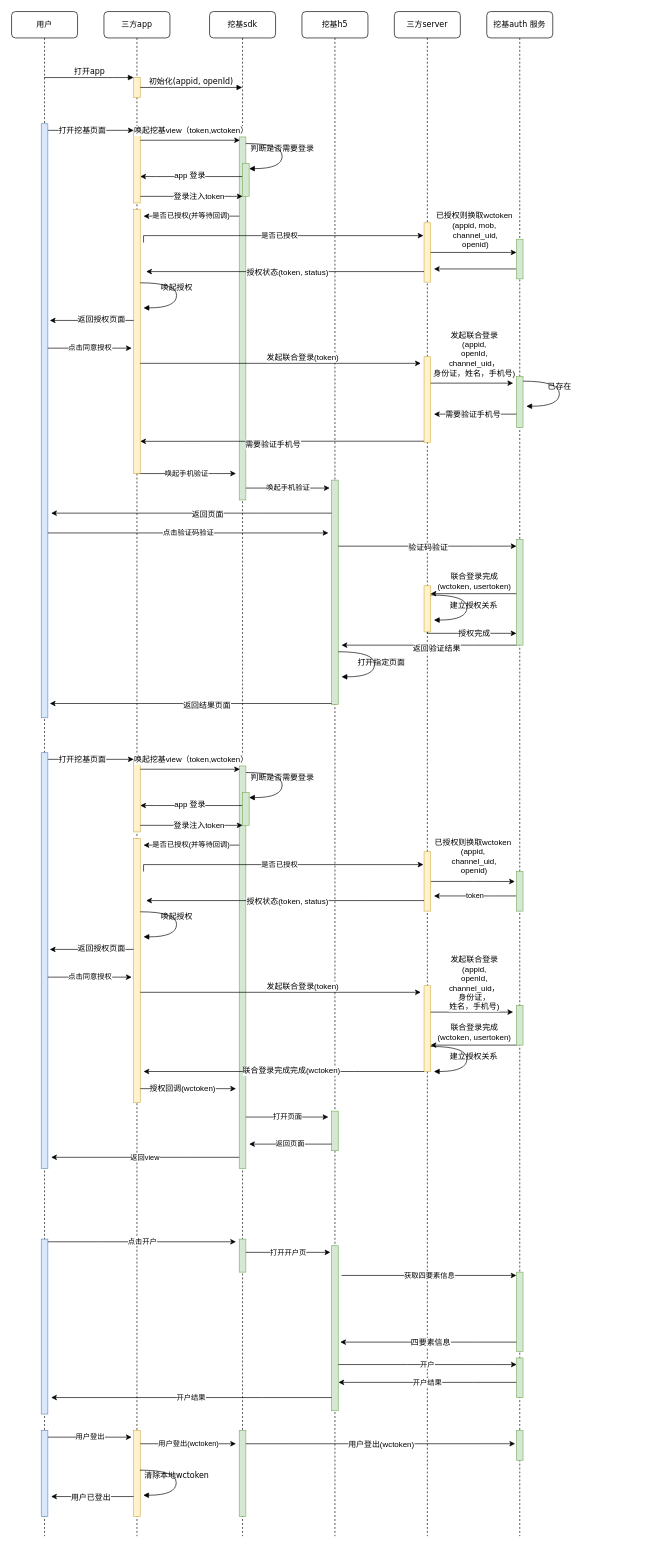
This is 授权接入-new.drawio from ytyszxf/angular2-webpack-starter, a draw.io file, before an edit. Source tidied: cells renumbered, new cells numbered last; positions are measured from the earlier drawing's top-left corner, leaving out a move shared by most shapes. Both pictures are drawn from the tidied source at 66%, with x=0, y=0 at pixel (11, 11).
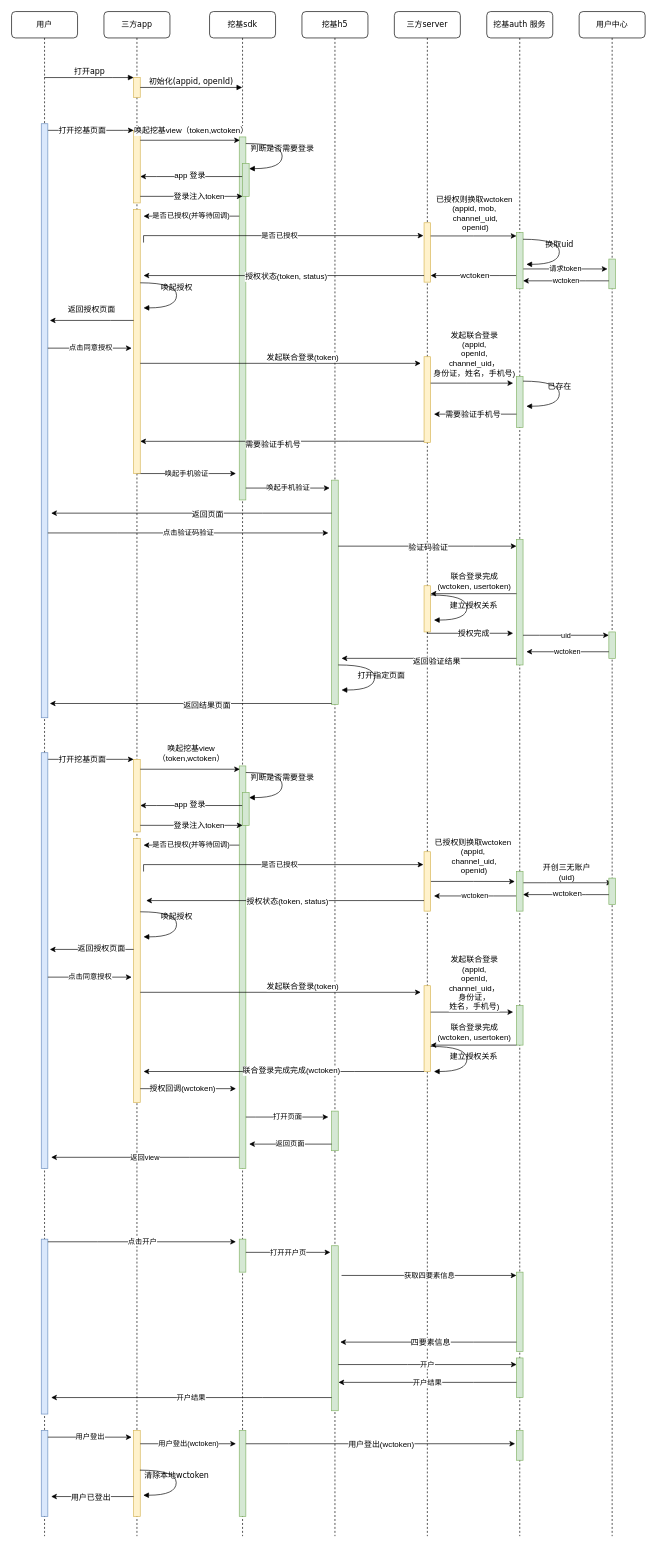
The same page after the edit.

Unchanged cells that the change refers to:
```xml
<mxCell id="17" style="html=1;points=[];perimeter=orthogonalPerimeter;rounded=0;shadow=0;comic=0;labelBackgroundColor=none;strokeColor=#d6b656;strokeWidth=1;fillColor=#fff2cc;fontFamily=Verdana;fontSize=12;align=center;" parent="15" vertex="1">
  <mxGeometry x="45" y="320" width="10" height="90" as="geometry" />
</mxCell>
<mxCell id="18" style="html=1;points=[];perimeter=orthogonalPerimeter;rounded=0;shadow=0;comic=0;labelBackgroundColor=none;strokeColor=#d6b656;strokeWidth=1;fillColor=#fff2cc;fontFamily=Verdana;fontSize=12;align=center;" parent="15" vertex="1">
  <mxGeometry x="45" y="870" width="10" height="70" as="geometry" />
</mxCell>
<mxCell id="19" value="挖基auth 服务" style="shape=umlLifeline;perimeter=lifelinePerimeter;whiteSpace=wrap;html=1;rounded=1;shadow=0;comic=0;labelBackgroundColor=none;strokeColor=#000000;strokeWidth=1;fillColor=#FFFFFF;fontFamily=Verdana;fontSize=12;fontColor=#000000;align=center;" parent="1" vertex="1">
  <mxGeometry x="720" width="100" height="2310" as="geometry" />
</mxCell>
<mxCell id="41" style="edgeStyle=orthogonalEdgeStyle;rounded=0;orthogonalLoop=1;jettySize=auto;html=1;" parent="1" edge="1">
  <mxGeometry relative="1" as="geometry">
    <mxPoint x="185" y="468" as="sourcePoint" />
    <mxPoint x="58" y="468" as="targetPoint" />
    <Array as="points">
      <mxPoint x="150" y="468" />
      <mxPoint x="150" y="468" />
    </Array>
  </mxGeometry>
</mxCell>
<mxCell id="104" style="edgeStyle=orthogonalEdgeStyle;rounded=0;jettySize=auto;html=1;" parent="1" edge="1" source="93">
  <mxGeometry relative="1" as="geometry">
    <mxPoint x="346" y="1148" as="targetPoint" />
    <Array as="points">
      <mxPoint x="346" y="1148" />
    </Array>
  </mxGeometry>
</mxCell>
<mxCell id="113" style="html=1;points=[];perimeter=orthogonalPerimeter;rounded=0;shadow=0;comic=0;labelBackgroundColor=none;strokeColor=#82b366;strokeWidth=1;fillColor=#d5e8d4;fontFamily=Verdana;fontSize=12;align=center;" parent="1" vertex="1">
  <mxGeometry x="765" y="1303" width="10" height="60" as="geometry" />
</mxCell>
```

What changed in the source:
```diff
@@
     <mxCell id="24" style="html=1;points=[];perimeter=orthogonalPerimeter;rounded=0;shadow=0;comic=0;labelBackgroundColor=none;strokeColor=#82b366;strokeWidth=1;fillColor=#d5e8d4;fontFamily=Verdana;fontSize=12;align=center;" parent="19" vertex="1">
-      <mxGeometry x="45" y="800" width="10" height="160" as="geometry" />
+      <mxGeometry x="45" y="800" width="10" height="190" as="geometry" />
     </mxCell>
@@
     <mxCell id="42" value="返回授权页面" style="text;html=1;align=center;verticalAlign=middle;labelBackgroundColor=#ffffff;" parent="41" vertex="1">
-      <mxGeometry x="-0.21" y="-2" relative="1" as="geometry" />
+      <mxGeometry x="-0.21" y="-2" relative="1" as="geometry">
+        <mxPoint x="-15" y="-16" as="offset" />
+      </mxGeometry>
     </mxCell>
     <mxCell id="43" value="点击同意授权" style="edgeStyle=orthogonalEdgeStyle;rounded=0;orthogonalLoop=1;jettySize=auto;html=1;" parent="1" edge="1">
-      <mxGeometry relative="1" as="geometry">
+      <mxGeometry x="0.02" relative="1" as="geometry">
         <mxPoint x="55" y="510" as="sourcePoint" />
         <mxPoint x="182" y="510" as="targetPoint" />
         <Array as="points">
           <mxPoint x="90" y="510" />
           <mxPoint x="90" y="510" />
         </Array>
       </mxGeometry>
     </mxCell>
@@
-    <mxCell id="67" style="edgeStyle=orthogonalEdgeStyle;rounded=0;jettySize=auto;html=1;entryX=1.4;entryY=0.723;entryDx=0;entryDy=0;entryPerimeter=0;" parent="1" edge="1" source="17">
+    <mxCell id="67" style="edgeStyle=orthogonalEdgeStyle;rounded=0;jettySize=auto;html=1;" parent="1" edge="1" source="17">
       <mxGeometry relative="1" as="geometry">
-        <mxPoint x="204" y="394" as="targetPoint" />
+        <mxPoint x="200" y="400" as="targetPoint" />
         <Array as="points">
-          <mxPoint x="540" y="394" />
-          <mxPoint x="540" y="394" />
+          <mxPoint x="204" y="400" />
         </Array>
       </mxGeometry>
     </mxCell>
@@
-    <mxCell id="82" style="edgeStyle=orthogonalEdgeStyle;rounded=0;jettySize=auto;html=1;" parent="1" edge="1" source="83">
+    <mxCell id="82" style="edgeStyle=orthogonalEdgeStyle;rounded=0;jettySize=auto;html=1;entryX=1;entryY=0.889;entryDx=0;entryDy=0;entryPerimeter=0;" parent="1" edge="1" source="83" target="17">
       <mxGeometry relative="1" as="geometry">
-        <mxPoint x="640" y="390" as="targetPoint" />
         <Array as="points">
-          <mxPoint x="640" y="390" />
+          <mxPoint x="740" y="400" />
+          <mxPoint x="740" y="400" />
         </Array>
       </mxGeometry>
     </mxCell>
+    <mxCell id="136" value="wctoken" style="text;html=1;align=center;verticalAlign=middle;labelBackgroundColor=#ffffff;" parent="82" vertex="1">
+      <mxGeometry x="-0.03" y="-1" relative="1" as="geometry" />
+    </mxCell>
+    <mxCell id="137" value="请求token" style="edgeStyle=orthogonalEdgeStyle;rounded=0;jettySize=auto;html=1;" parent="1" edge="1" source="83">
+      <mxGeometry relative="1" as="geometry">
+        <mxPoint x="903" y="390" as="targetPoint" />
+        <Array as="points">
+          <mxPoint x="810" y="390" />
+          <mxPoint x="810" y="390" />
+        </Array>
+      </mxGeometry>
+    </mxCell>
     <mxCell id="83" style="html=1;points=[];perimeter=orthogonalPerimeter;rounded=0;shadow=0;comic=0;labelBackgroundColor=none;strokeColor=#82b366;strokeWidth=1;fillColor=#d5e8d4;fontFamily=Verdana;fontSize=12;align=center;" parent="1" vertex="1">
-      <mxGeometry x="765" y="345" width="10" height="60" as="geometry" />
+      <mxGeometry x="765" y="335" width="10" height="85" as="geometry" />
     </mxCell>
     <mxCell id="84" style="edgeStyle=orthogonalEdgeStyle;rounded=0;jettySize=auto;html=1;" parent="1" edge="1" source="17" target="83">
       <mxGeometry relative="1" as="geometry">
         <Array as="points">
-          <mxPoint x="720" y="365" />
-          <mxPoint x="720" y="365" />
+          <mxPoint x="700" y="340" />
+          <mxPoint x="700" y="340" />
         </Array>
       </mxGeometry>
     </mxCell>
@@
     <mxCell id="86" style="edgeStyle=orthogonalEdgeStyle;rounded=0;jettySize=auto;html=1;" parent="1" edge="1" source="24">
       <mxGeometry relative="1" as="geometry">
-        <mxPoint x="500" y="960" as="targetPoint" />
+        <mxPoint x="500" y="980" as="targetPoint" />
         <Array as="points">
-          <mxPoint x="700" y="960" />
-          <mxPoint x="700" y="960" />
+          <mxPoint x="770" y="980" />
+          <mxPoint x="500" y="980" />
         </Array>
       </mxGeometry>
     </mxCell>
@@
     <mxCell id="88" value="打开指定页面" style="html=1;verticalAlign=bottom;endArrow=block;labelBackgroundColor=none;fontFamily=Verdana;fontSize=12;elbow=vertical;edgeStyle=orthogonalEdgeStyle;curved=1;entryX=1;entryY=0.286;entryPerimeter=0;exitX=1.038;exitY=0.345;exitPerimeter=0;" parent="1" edge="1">
       <mxGeometry x="0.3" y="-16" relative="1" as="geometry">
-        <mxPoint x="495" y="970" as="sourcePoint" />
-        <mxPoint x="500" y="1008" as="targetPoint" />
+        <mxPoint x="495" y="990" as="sourcePoint" />
+        <mxPoint x="500" y="1028" as="targetPoint" />
         <Array as="points">
-          <mxPoint x="550" y="970" />
-          <mxPoint x="550" y="1008" />
+          <mxPoint x="550" y="990" />
+          <mxPoint x="550" y="1028" />
         </Array>
         <mxPoint x="10" y="3" as="offset" />
       </mxGeometry>
     </mxCell>
@@
-    <mxCell id="91" style="edgeStyle=orthogonalEdgeStyle;rounded=0;jettySize=auto;html=1;entryX=0;entryY=0.888;entryDx=0;entryDy=0;entryPerimeter=0;" parent="1" edge="1" source="18" target="24">
+    <mxCell id="91" style="edgeStyle=orthogonalEdgeStyle;rounded=0;jettySize=auto;html=1;" parent="1" edge="1" source="18">
       <mxGeometry relative="1" as="geometry">
+        <mxPoint x="760" y="942" as="targetPoint" />
         <Array as="points">
           <mxPoint x="630" y="942" />
         </Array>
       </mxGeometry>
     </mxCell>
@@
-    <mxCell id="105" value="唤起挖基view（token,wctoken）" style="text;html=1;align=center;verticalAlign=middle;labelBackgroundColor=#ffffff;" parent="104" vertex="1">
+    <mxCell id="105" value="唤起挖基view&lt;br&gt;（token,wctoken）" style="text;html=1;align=center;verticalAlign=middle;labelBackgroundColor=#ffffff;" parent="104" vertex="1">
       <mxGeometry x="-0.09" y="-3" relative="1" as="geometry">
-        <mxPoint x="7" y="-18" as="offset" />
+        <mxPoint x="7" y="-28" as="offset" />
       </mxGeometry>
     </mxCell>
@@
-    <mxCell id="112" value="token" style="edgeStyle=orthogonalEdgeStyle;rounded=0;jettySize=auto;html=1;" parent="1" edge="1" source="113">
+    <mxCell id="112" value="wctoken" style="edgeStyle=orthogonalEdgeStyle;rounded=0;jettySize=auto;html=1;" parent="1" edge="1" source="113">
       <mxGeometry relative="1" as="geometry">
         <mxPoint x="640" y="1340" as="targetPoint" />
         <Array as="points">
           <mxPoint x="730" y="1340" />
           <mxPoint x="730" y="1340" />
         </Array>
       </mxGeometry>
     </mxCell>
+    <mxCell id="138" style="edgeStyle=orthogonalEdgeStyle;rounded=0;jettySize=auto;html=1;entryX=0.5;entryY=0.175;entryDx=0;entryDy=0;entryPerimeter=0;" parent="1" edge="1" source="113" target="143">
+      <mxGeometry relative="1" as="geometry">
+        <Array as="points">
+          <mxPoint x="810" y="1320" />
+          <mxPoint x="810" y="1320" />
+        </Array>
+      </mxGeometry>
+    </mxCell>
+    <mxCell id="139" value="开创三无账户&lt;br&gt;(uid)" style="text;html=1;align=center;verticalAlign=middle;labelBackgroundColor=#ffffff;" parent="138" vertex="1">
+      <mxGeometry x="-0.1" y="1" relative="1" as="geometry">
+        <mxPoint x="4" y="-16" as="offset" />
+      </mxGeometry>
+    </mxCell>
@@
+    <mxCell id="140" value="用户中心" style="shape=umlLifeline;perimeter=lifelinePerimeter;whiteSpace=wrap;html=1;rounded=1;shadow=0;comic=0;labelBackgroundColor=none;strokeColor=#000000;strokeWidth=1;fillColor=#FFFFFF;fontFamily=Verdana;fontSize=12;fontColor=#000000;align=center;" parent="1" vertex="1">
+      <mxGeometry x="860" width="100" height="2310" as="geometry" />
+    </mxCell>
+    <mxCell id="141" style="html=1;points=[];perimeter=orthogonalPerimeter;rounded=0;shadow=0;comic=0;labelBackgroundColor=none;strokeColor=#82b366;strokeWidth=1;fillColor=#d5e8d4;fontFamily=Verdana;fontSize=12;align=center;" parent="140" vertex="1">
+      <mxGeometry x="45" y="375" width="10" height="45" as="geometry" />
+    </mxCell>
+    <mxCell id="142" style="html=1;points=[];perimeter=orthogonalPerimeter;rounded=0;shadow=0;comic=0;labelBackgroundColor=none;strokeColor=#82b366;strokeWidth=1;fillColor=#d5e8d4;fontFamily=Verdana;fontSize=12;align=center;" parent="140" vertex="1">
+      <mxGeometry x="45" y="940" width="10" height="40" as="geometry" />
+    </mxCell>
+    <mxCell id="143" style="html=1;points=[];perimeter=orthogonalPerimeter;rounded=0;shadow=0;comic=0;labelBackgroundColor=none;strokeColor=#82b366;strokeWidth=1;fillColor=#d5e8d4;fontFamily=Verdana;fontSize=12;align=center;" parent="140" vertex="1">
+      <mxGeometry x="45" y="1313" width="10" height="40" as="geometry" />
+    </mxCell>
+    <mxCell id="144" value="换取uid" style="html=1;verticalAlign=bottom;endArrow=block;labelBackgroundColor=none;fontFamily=Verdana;fontSize=12;elbow=vertical;edgeStyle=orthogonalEdgeStyle;curved=1;entryX=1;entryY=0.286;entryPerimeter=0;exitX=1.038;exitY=0.345;exitPerimeter=0;" parent="1" edge="1">
+      <mxGeometry relative="1" as="geometry">
+        <mxPoint x="775" y="345" as="sourcePoint" />
+        <mxPoint x="780" y="383" as="targetPoint" />
+        <Array as="points">
+          <mxPoint x="830" y="345" />
+          <mxPoint x="830" y="383" />
+        </Array>
+      </mxGeometry>
+    </mxCell>
+    <mxCell id="145" value="wctoken" style="edgeStyle=orthogonalEdgeStyle;rounded=0;jettySize=auto;html=1;entryX=1;entryY=0.859;entryDx=0;entryDy=0;entryPerimeter=0;" parent="1" edge="1" source="141" target="83">
+      <mxGeometry relative="1" as="geometry">
+        <Array as="points">
+          <mxPoint x="870" y="408" />
+          <mxPoint x="870" y="408" />
+        </Array>
+      </mxGeometry>
+    </mxCell>
+    <mxCell id="146" value="uid" style="edgeStyle=orthogonalEdgeStyle;rounded=0;jettySize=auto;html=1;entryX=0;entryY=0.125;entryDx=0;entryDy=0;entryPerimeter=0;" parent="1" edge="1" source="24" target="142">
+      <mxGeometry relative="1" as="geometry">
+        <Array as="points">
+          <mxPoint x="800" y="945" />
+          <mxPoint x="800" y="945" />
+        </Array>
+      </mxGeometry>
+    </mxCell>
+    <mxCell id="147" value="wctoken" style="edgeStyle=orthogonalEdgeStyle;rounded=0;jettySize=auto;html=1;" parent="1" edge="1" source="142">
+      <mxGeometry relative="1" as="geometry">
+        <mxPoint x="780" y="970" as="targetPoint" />
+        <Array as="points">
+          <mxPoint x="780" y="970" />
+        </Array>
+      </mxGeometry>
+    </mxCell>
+    <mxCell id="148" style="edgeStyle=orthogonalEdgeStyle;rounded=0;jettySize=auto;html=1;entryX=1;entryY=0.583;entryDx=0;entryDy=0;entryPerimeter=0;" parent="1" edge="1" source="143" target="113">
+      <mxGeometry relative="1" as="geometry">
+        <Array as="points">
+          <mxPoint x="870" y="1338" />
+          <mxPoint x="870" y="1338" />
+        </Array>
+      </mxGeometry>
+    </mxCell>
+    <mxCell id="149" value="wctoken" style="text;html=1;align=center;verticalAlign=middle;labelBackgroundColor=#ffffff;" parent="148" vertex="1">
+      <mxGeometry x="-0.02" y="-2" relative="1" as="geometry" />
+    </mxCell>
```
